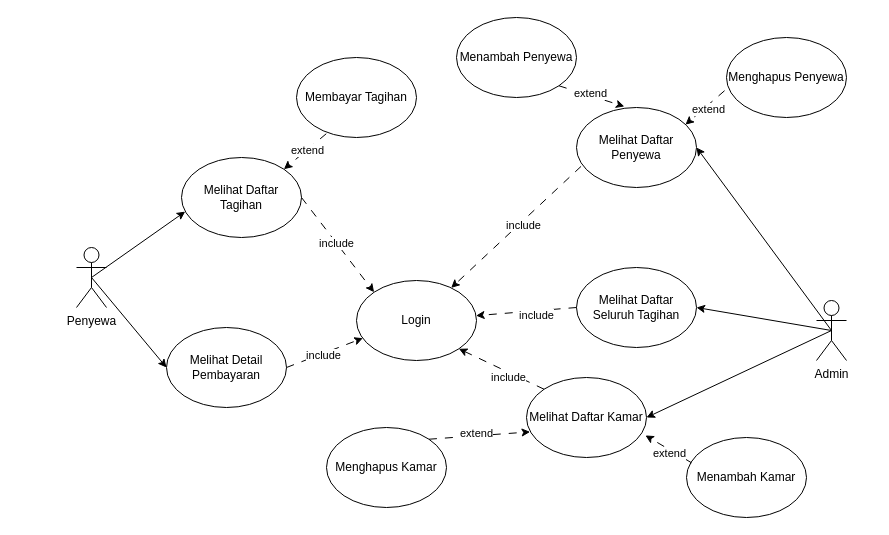
This is usecase_skripsi.drawio from juanangelaalma/uml, a draw.io file, before an edit. Source tidied: cells renumbered, new cells numbered last; positions are measured from the earlier drawing's top-left corner, leaving out a move shared by most shapes. Both pictures are drawn from the tidied source at 100%, with x=0, y=0 at pixel (76, 17).
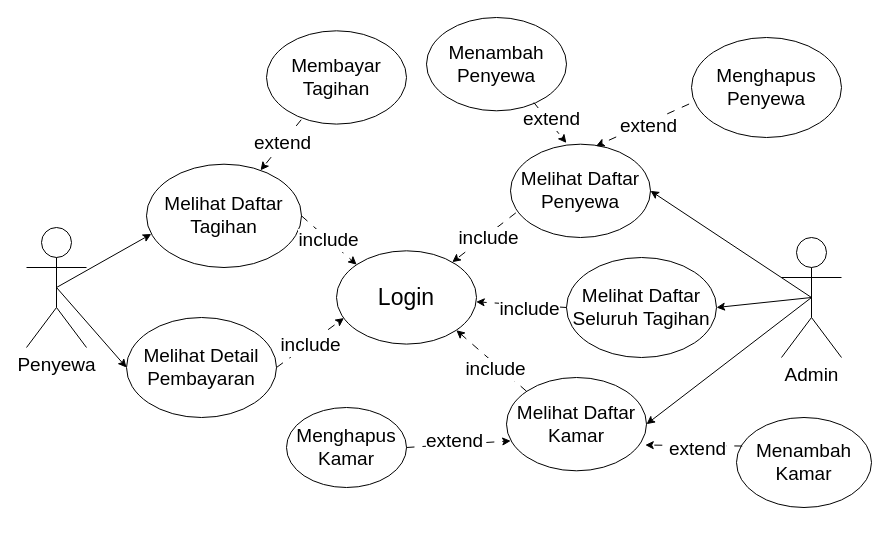
The same diagram, later.

Unchanged cells that the change refers to:
```xml
<mxCell id="9" style="endArrow=classic;html=1;rounded=0;exitX=0.038;exitY=0.736;exitDx=0;exitDy=0;dashed=1;dashPattern=8 8;exitPerimeter=0;" parent="1" edge="1" source="5" target="4">
  <mxGeometry relative="1" as="geometry" />
</mxCell>
<mxCell id="11" style="endArrow=classic;html=1;rounded=0;exitX=0;exitY=0.5;exitDx=0;exitDy=0;dashed=1;dashPattern=8 8;" parent="1" edge="1" source="6" target="4">
  <mxGeometry relative="1" as="geometry" />
</mxCell>
<mxCell id="24" style="endArrow=classic;html=1;rounded=0;entryX=0;entryY=0;entryDx=0;entryDy=0;exitX=1;exitY=0.5;exitDx=0;exitDy=0;dashed=1;dashPattern=8 8;" parent="1" edge="1" source="19" target="4">
  <mxGeometry relative="1" as="geometry" />
</mxCell>
<mxCell id="28" style="endArrow=classic;html=1;rounded=0;entryX=0.053;entryY=0.721;entryDx=0;entryDy=0;exitX=1;exitY=0.5;exitDx=0;exitDy=0;dashed=1;dashPattern=8 8;entryPerimeter=0;" parent="1" edge="1" source="21" target="4">
  <mxGeometry relative="1" as="geometry" />
</mxCell>
<mxCell id="36" style="endArrow=classic;html=1;rounded=0;exitX=0.043;exitY=0.317;exitDx=0;exitDy=0;dashed=1;dashPattern=8 8;entryX=0.991;entryY=0.724;entryDx=0;entryDy=0;exitPerimeter=0;entryPerimeter=0;" parent="1" edge="1" source="33" target="30">
  <mxGeometry relative="1" as="geometry" />
</mxCell>
<mxCell id="38" style="endArrow=classic;html=1;rounded=0;exitX=0;exitY=0;exitDx=0;exitDy=0;dashed=1;dashPattern=8 8;entryX=1;entryY=1;entryDx=0;entryDy=0;" parent="1" edge="1" source="30" target="4">
  <mxGeometry relative="1" as="geometry" />
</mxCell>
```

What changed in the source:
```diff
@@
-    <mxCell id="2" value="Admin" style="shape=umlActor;verticalLabelPosition=bottom;verticalAlign=top;html=1;outlineConnect=0;" parent="1" vertex="1">
-      <mxGeometry x="740" y="283" width="30" height="60" as="geometry" />
+    <mxCell id="2" value="&lt;font style=&quot;font-size: 19px;&quot;&gt;Admin&lt;/font&gt;" style="shape=umlActor;verticalLabelPosition=bottom;verticalAlign=top;html=1;outlineConnect=0;" parent="1" vertex="1">
+      <mxGeometry x="705" y="220" width="60" height="120" as="geometry" />
     </mxCell>
-    <mxCell id="3" value="Penyewa" style="shape=umlActor;verticalLabelPosition=bottom;verticalAlign=top;html=1;outlineConnect=0;" parent="1" vertex="1">
-      <mxGeometry y="230" width="30" height="60" as="geometry" />
+    <mxCell id="3" value="&lt;font style=&quot;font-size: 19px;&quot;&gt;Penyewa&lt;/font&gt;" style="shape=umlActor;verticalLabelPosition=bottom;verticalAlign=top;html=1;outlineConnect=0;" parent="1" vertex="1">
+      <mxGeometry x="-50" y="210" width="60" height="120" as="geometry" />
     </mxCell>
-    <mxCell id="4" value="Login" style="ellipse;whiteSpace=wrap;html=1;" parent="1" vertex="1">
-      <mxGeometry x="280" y="263" width="120" height="80" as="geometry" />
+    <mxCell id="4" value="&lt;font style=&quot;font-size: 23px;&quot;&gt;Login&lt;/font&gt;" style="ellipse;whiteSpace=wrap;html=1;" parent="1" vertex="1">
+      <mxGeometry x="260" y="233.3" width="140" height="93.3" as="geometry" />
     </mxCell>
-    <mxCell id="5" value="Melihat Daftar Penyewa" style="ellipse;whiteSpace=wrap;html=1;" parent="1" vertex="1">
-      <mxGeometry x="500" y="90" width="120" height="80" as="geometry" />
+    <mxCell id="5" value="&lt;font style=&quot;font-size: 19px;&quot;&gt;Melihat Daftar Penyewa&lt;/font&gt;" style="ellipse;whiteSpace=wrap;html=1;" parent="1" vertex="1">
+      <mxGeometry x="434" y="126.7" width="140" height="93.3" as="geometry" />
     </mxCell>
-    <mxCell id="6" value="Melihat Daftar Seluruh Tagihan" style="ellipse;whiteSpace=wrap;html=1;" parent="1" vertex="1">
-      <mxGeometry x="500" y="250" width="120" height="80" as="geometry" />
+    <mxCell id="6" value="&lt;font style=&quot;font-size: 19px;&quot;&gt;Melihat Daftar Seluruh Tagihan&lt;/font&gt;" style="ellipse;whiteSpace=wrap;html=1;" parent="1" vertex="1">
+      <mxGeometry x="490" y="240" width="150" height="100" as="geometry" />
     </mxCell>
@@
-    <mxCell id="10" value="include" style="edgeLabel;html=1;align=center;verticalAlign=middle;" parent="9" vertex="1">
+    <mxCell id="10" value="&lt;font style=&quot;font-size: 19px;&quot;&gt;include&lt;/font&gt;" style="edgeLabel;html=1;align=center;verticalAlign=middle;" parent="9" vertex="1">
       <mxGeometry x="-0.08" y="3" relative="1" as="geometry" />
     </mxCell>
@@
-    <mxCell id="12" value="include" style="edgeLabel;html=1;align=center;verticalAlign=middle;" parent="11" vertex="1">
+    <mxCell id="12" value="&lt;font style=&quot;font-size: 19px;&quot;&gt;include&lt;/font&gt;" style="edgeLabel;html=1;align=center;verticalAlign=middle;" parent="11" vertex="1">
       <mxGeometry x="-0.19" y="4" relative="1" as="geometry" />
     </mxCell>
-    <mxCell id="13" value="Menambah Penyewa" style="ellipse;whiteSpace=wrap;html=1;" parent="1" vertex="1">
-      <mxGeometry x="380" width="120" height="80" as="geometry" />
+    <mxCell id="13" value="&lt;font style=&quot;font-size: 19px;&quot;&gt;Menambah Penyewa&lt;/font&gt;" style="ellipse;whiteSpace=wrap;html=1;" parent="1" vertex="1">
+      <mxGeometry x="350" width="140" height="93.3" as="geometry" />
     </mxCell>
-    <mxCell id="14" value="Menghapus Penyewa" style="ellipse;whiteSpace=wrap;html=1;" parent="1" vertex="1">
-      <mxGeometry x="650" y="20" width="120" height="80" as="geometry" />
+    <mxCell id="14" value="&lt;font style=&quot;font-size: 19px;&quot;&gt;Menghapus Penyewa&lt;/font&gt;" style="ellipse;whiteSpace=wrap;html=1;" parent="1" vertex="1">
+      <mxGeometry x="615" y="20" width="150" height="100" as="geometry" />
     </mxCell>
-    <mxCell id="15" style="endArrow=classic;html=1;rounded=0;exitX=1;exitY=1;exitDx=0;exitDy=0;dashed=1;dashPattern=8 8;entryX=0.399;entryY=-0.013;entryDx=0;entryDy=0;entryPerimeter=0;" parent="1" edge="1" source="13" target="5">
+    <mxCell id="15" style="endArrow=classic;html=1;rounded=0;exitX=0.767;exitY=0.912;exitDx=0;exitDy=0;dashed=1;dashPattern=8 8;entryX=0.399;entryY=-0.013;entryDx=0;entryDy=0;entryPerimeter=0;exitPerimeter=0;" parent="1" edge="1" source="13" target="5">
       <mxGeometry relative="1" as="geometry" />
     </mxCell>
-    <mxCell id="16" value="extend" style="edgeLabel;html=1;align=center;verticalAlign=middle;" parent="15" vertex="1">
+    <mxCell id="16" value="&lt;font style=&quot;font-size: 19px;&quot;&gt;extend&lt;/font&gt;" style="edgeLabel;html=1;align=center;verticalAlign=middle;" parent="15" vertex="1">
       <mxGeometry x="-0.08" y="3" relative="1" as="geometry" />
     </mxCell>
-    <mxCell id="17" style="endArrow=classic;html=1;rounded=0;exitX=-0.016;exitY=0.665;exitDx=0;exitDy=0;dashed=1;dashPattern=8 8;entryX=0.908;entryY=0.214;entryDx=0;entryDy=0;entryPerimeter=0;exitPerimeter=0;" parent="1" edge="1" source="14" target="5">
+    <mxCell id="17" style="endArrow=classic;html=1;rounded=0;exitX=-0.016;exitY=0.665;exitDx=0;exitDy=0;dashed=1;dashPattern=8 8;entryX=0.611;entryY=0.02;entryDx=0;entryDy=0;entryPerimeter=0;exitPerimeter=0;" parent="1" edge="1" source="14" target="5">
       <mxGeometry relative="1" as="geometry" />
     </mxCell>
-    <mxCell id="18" value="extend" style="edgeLabel;html=1;align=center;verticalAlign=middle;" parent="17" vertex="1">
+    <mxCell id="18" value="&lt;font style=&quot;font-size: 19px;&quot;&gt;extend&lt;/font&gt;" style="edgeLabel;html=1;align=center;verticalAlign=middle;" parent="17" vertex="1">
       <mxGeometry x="-0.08" y="3" relative="1" as="geometry" />
     </mxCell>
-    <mxCell id="19" value="Melihat Daftar Tagihan" style="ellipse;whiteSpace=wrap;html=1;" parent="1" vertex="1">
-      <mxGeometry x="105" y="140" width="120" height="80" as="geometry" />
+    <mxCell id="19" value="&lt;font style=&quot;font-size: 19px;&quot;&gt;Melihat Daftar Tagihan&lt;/font&gt;" style="ellipse;whiteSpace=wrap;html=1;" parent="1" vertex="1">
+      <mxGeometry x="70" y="146.7" width="155" height="103.3" as="geometry" />
     </mxCell>
-    <mxCell id="20" value="Membayar Tagihan" style="ellipse;whiteSpace=wrap;html=1;" parent="1" vertex="1">
-      <mxGeometry x="220" y="40" width="120" height="80" as="geometry" />
+    <mxCell id="20" value="&lt;font style=&quot;font-size: 19px;&quot;&gt;Membayar Tagihan&lt;/font&gt;" style="ellipse;whiteSpace=wrap;html=1;" parent="1" vertex="1">
+      <mxGeometry x="190" y="13.3" width="140" height="93.3" as="geometry" />
     </mxCell>
-    <mxCell id="21" value="Melihat Detail Pembayaran" style="ellipse;whiteSpace=wrap;html=1;" parent="1" vertex="1">
-      <mxGeometry x="90" y="310" width="120" height="80" as="geometry" />
+    <mxCell id="21" value="&lt;font style=&quot;font-size: 19px;&quot;&gt;Melihat Detail Pembayaran&lt;/font&gt;" style="ellipse;whiteSpace=wrap;html=1;" parent="1" vertex="1">
+      <mxGeometry x="50" y="300" width="150" height="100" as="geometry" />
     </mxCell>
@@
-    <mxCell id="25" value="include" style="edgeLabel;html=1;align=center;verticalAlign=middle;" parent="24" vertex="1">
+    <mxCell id="25" value="&lt;font style=&quot;font-size: 19px;&quot;&gt;include&lt;/font&gt;" style="edgeLabel;html=1;align=center;verticalAlign=middle;" parent="24" vertex="1">
       <mxGeometry x="-0.06" y="-1" relative="1" as="geometry">
         <mxPoint x="1" as="offset" />
       </mxGeometry>
     </mxCell>
-    <mxCell id="26" style="endArrow=classic;html=1;rounded=0;exitX=0.248;exitY=0.953;exitDx=0;exitDy=0;dashed=1;dashPattern=8 8;entryX=1;entryY=0;entryDx=0;entryDy=0;exitPerimeter=0;" parent="1" edge="1" source="20" target="19">
+    <mxCell id="26" style="endArrow=classic;html=1;rounded=0;exitX=0.248;exitY=0.953;exitDx=0;exitDy=0;dashed=1;dashPattern=8 8;exitPerimeter=0;" parent="1" edge="1" source="20" target="19">
       <mxGeometry relative="1" as="geometry" />
     </mxCell>
-    <mxCell id="27" value="extend" style="edgeLabel;html=1;align=center;verticalAlign=middle;" parent="26" vertex="1">
+    <mxCell id="27" value="&lt;font style=&quot;font-size: 19px;&quot;&gt;extend&lt;/font&gt;" style="edgeLabel;html=1;align=center;verticalAlign=middle;" parent="26" vertex="1">
       <mxGeometry x="-0.06" y="-1" relative="1" as="geometry">
         <mxPoint x="1" as="offset" />
       </mxGeometry>
     </mxCell>
@@
-    <mxCell id="29" value="include" style="edgeLabel;html=1;align=center;verticalAlign=middle;" parent="28" vertex="1">
+    <mxCell id="29" value="&lt;font style=&quot;font-size: 19px;&quot;&gt;include&lt;/font&gt;" style="edgeLabel;html=1;align=center;verticalAlign=middle;" parent="28" vertex="1">
       <mxGeometry x="-0.06" y="-1" relative="1" as="geometry">
         <mxPoint x="1" as="offset" />
       </mxGeometry>
     </mxCell>
-    <mxCell id="30" value="Melihat Daftar Kamar" style="ellipse;whiteSpace=wrap;html=1;" parent="1" vertex="1">
-      <mxGeometry x="450" y="360" width="120" height="80" as="geometry" />
+    <mxCell id="30" value="&lt;font style=&quot;font-size: 19px;&quot;&gt;Melihat Daftar Kamar&lt;/font&gt;" style="ellipse;whiteSpace=wrap;html=1;" parent="1" vertex="1">
+      <mxGeometry x="430" y="360" width="140" height="93.3" as="geometry" />
     </mxCell>
@@
-    <mxCell id="32" value="Menghapus Kamar" style="ellipse;whiteSpace=wrap;html=1;" parent="1" vertex="1">
-      <mxGeometry x="250" y="410" width="120" height="80" as="geometry" />
+    <mxCell id="32" value="&lt;font style=&quot;font-size: 19px;&quot;&gt;Menghapus Kamar&lt;/font&gt;" style="ellipse;whiteSpace=wrap;html=1;" parent="1" vertex="1">
+      <mxGeometry x="210" y="390" width="120" height="80" as="geometry" />
     </mxCell>
-    <mxCell id="33" value="Menambah Kamar" style="ellipse;whiteSpace=wrap;html=1;" parent="1" vertex="1">
-      <mxGeometry x="610" y="420" width="120" height="80" as="geometry" />
+    <mxCell id="33" value="&lt;font style=&quot;font-size: 19px;&quot;&gt;Menambah Kamar&lt;/font&gt;" style="ellipse;whiteSpace=wrap;html=1;" parent="1" vertex="1">
+      <mxGeometry x="660" y="400" width="135" height="90" as="geometry" />
     </mxCell>
-    <mxCell id="34" style="endArrow=classic;html=1;rounded=0;exitX=1;exitY=0;exitDx=0;exitDy=0;dashed=1;dashPattern=8 8;entryX=0.03;entryY=0.68;entryDx=0;entryDy=0;entryPerimeter=0;" parent="1" edge="1" source="32" target="30">
+    <mxCell id="34" style="endArrow=classic;html=1;rounded=0;exitX=1;exitY=0.5;exitDx=0;exitDy=0;dashed=1;dashPattern=8 8;entryX=0.03;entryY=0.68;entryDx=0;entryDy=0;entryPerimeter=0;" parent="1" edge="1" source="32" target="30">
       <mxGeometry relative="1" as="geometry" />
     </mxCell>
-    <mxCell id="35" value="extend" style="edgeLabel;html=1;align=center;verticalAlign=middle;" parent="34" vertex="1">
+    <mxCell id="35" value="&lt;font style=&quot;font-size: 19px;&quot;&gt;extend&lt;/font&gt;" style="edgeLabel;html=1;align=center;verticalAlign=middle;" parent="34" vertex="1">
       <mxGeometry x="-0.08" y="3" relative="1" as="geometry" />
     </mxCell>
@@
-    <mxCell id="37" value="extend" style="edgeLabel;html=1;align=center;verticalAlign=middle;" parent="36" vertex="1">
+    <mxCell id="37" value="&lt;font style=&quot;font-size: 19px;&quot;&gt;extend&lt;/font&gt;" style="edgeLabel;html=1;align=center;verticalAlign=middle;" parent="36" vertex="1">
       <mxGeometry x="-0.08" y="3" relative="1" as="geometry" />
     </mxCell>
@@
-    <mxCell id="39" value="include" style="edgeLabel;html=1;align=center;verticalAlign=middle;" parent="38" vertex="1">
+    <mxCell id="39" value="&lt;font style=&quot;font-size: 19px;&quot;&gt;include&lt;/font&gt;" style="edgeLabel;html=1;align=center;verticalAlign=middle;" parent="38" vertex="1">
       <mxGeometry x="-0.19" y="4" relative="1" as="geometry" />
     </mxCell>
```
